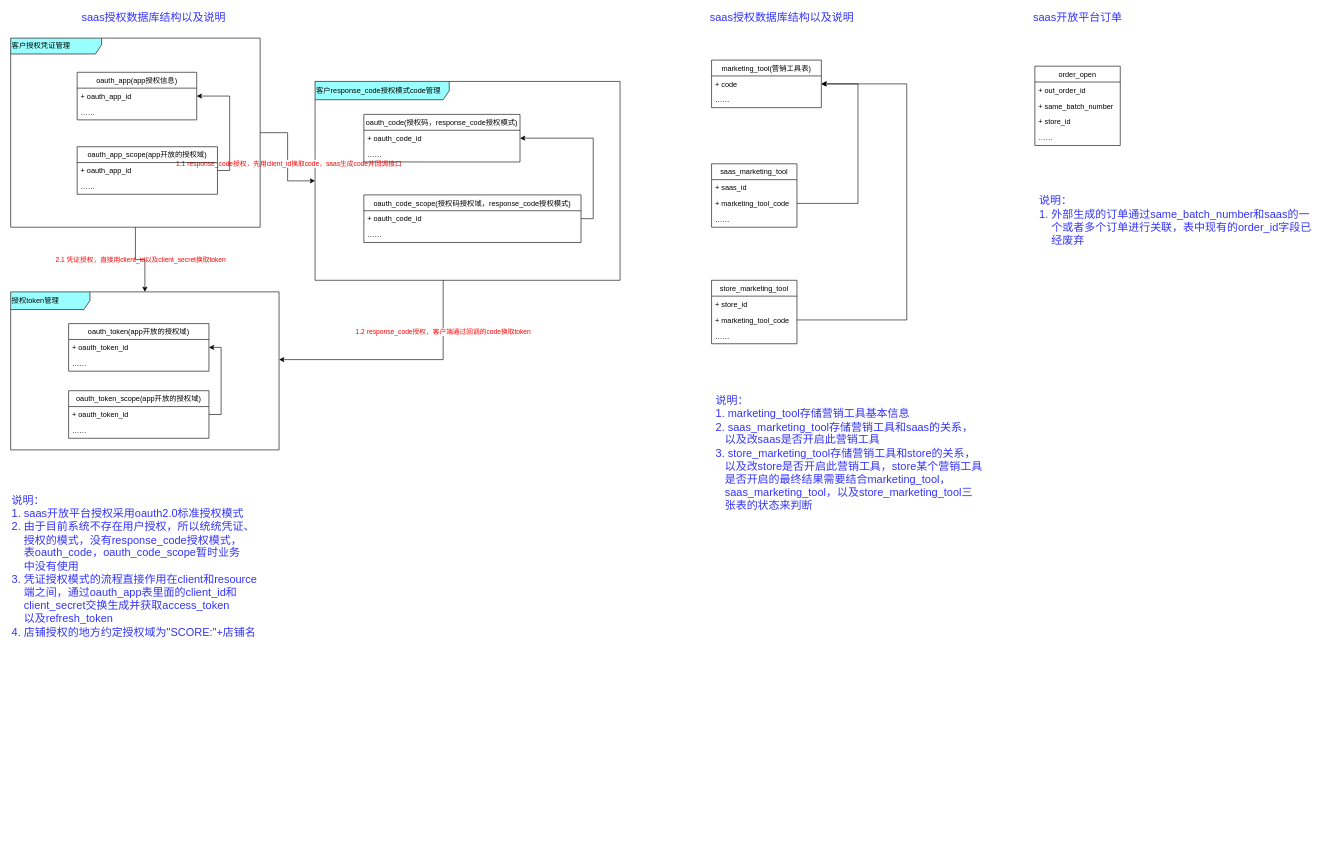
iswear/draw.io keeps this draw.io diagram as zaimi-saas~数据库.drawio. Above is the earlier version. Source tidied: cells renumbered, new cells numbered last; positions are measured from the earlier drawing's top-left corner, leaving out a move shared by most shapes. Both pictures are drawn from the tidied source at 61%, with x=0, y=0 at pixel (10, 11).
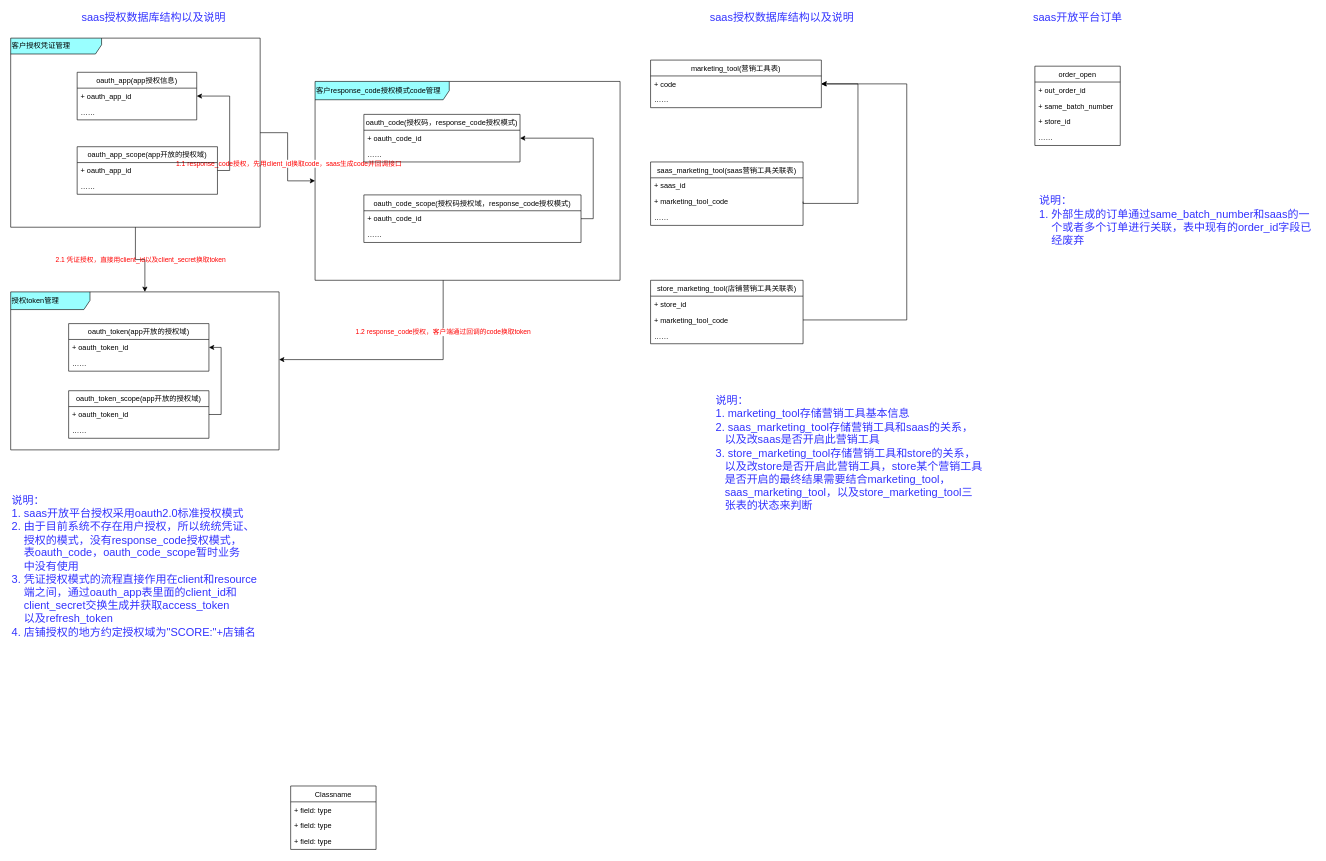
Above is the later version.

Commit message:
更新zaimi-saas~数据库.drawio

The edit, as a diff of the source:
```diff
@@
     <mxCell id="33" value="marketing_tool(营销工具表)" style="swimlane;fontStyle=0;horizontal=1;startSize=26;fillColor=none;" parent="1" vertex="1">
-      <mxGeometry x="1149" y="80" width="180" height="78" as="geometry" />
+      <mxGeometry x="1049" y="80" width="280" height="78" as="geometry" />
     </mxCell>
     <mxCell id="34" value="+ code" style="text;strokeColor=none;fillColor=none;align=left;verticalAlign=top;spacingLeft=4;spacingRight=4;overflow=hidden;points=[[0,0.5],[1,0.5]];portConstraint=eastwest;" parent="33" vertex="1">
-      <mxGeometry y="26" width="180" height="26" as="geometry" />
+      <mxGeometry y="26" width="280" height="26" as="geometry" />
     </mxCell>
     <mxCell id="35" value="……" style="text;strokeColor=none;fillColor=none;align=left;verticalAlign=top;spacingLeft=4;spacingRight=4;overflow=hidden;" parent="33" vertex="1">
-      <mxGeometry y="52" width="180" height="26" as="geometry" />
+      <mxGeometry y="52" width="280" height="26" as="geometry" />
     </mxCell>
-    <mxCell id="36" value="saas_marketing_tool" style="swimlane;fontStyle=0;horizontal=1;startSize=26;fillColor=none;" parent="1" vertex="1">
-      <mxGeometry x="1149" y="250" width="140" height="104" as="geometry" />
+    <mxCell id="36" value="saas_marketing_tool(saas营销工具关联表)" style="swimlane;fontStyle=0;horizontal=1;startSize=26;fillColor=none;" parent="1" vertex="1">
+      <mxGeometry x="1049" y="247" width="250" height="104" as="geometry" />
     </mxCell>
     <mxCell id="37" value="+ saas_id" style="text;strokeColor=none;fillColor=none;align=left;verticalAlign=top;spacingLeft=4;spacingRight=4;overflow=hidden;" parent="36" vertex="1">
-      <mxGeometry y="26" width="140" height="26" as="geometry" />
+      <mxGeometry y="26" width="250" height="26" as="geometry" />
     </mxCell>
     <mxCell id="38" value="+ marketing_tool_code" style="text;strokeColor=none;fillColor=none;align=left;verticalAlign=top;spacingLeft=4;spacingRight=4;overflow=hidden;points=[[0,0.5],[1,0.5]];portConstraint=eastwest;" parent="36" vertex="1">
-      <mxGeometry y="52" width="140" height="26" as="geometry" />
+      <mxGeometry y="52" width="250" height="26" as="geometry" />
     </mxCell>
     <mxCell id="39" value="……" style="text;strokeColor=none;fillColor=none;align=left;verticalAlign=top;spacingLeft=4;spacingRight=4;overflow=hidden;" parent="36" vertex="1">
-      <mxGeometry y="78" width="140" height="26" as="geometry" />
+      <mxGeometry y="78" width="250" height="26" as="geometry" />
     </mxCell>
-    <mxCell id="40" value="store_marketing_tool" style="swimlane;fontStyle=0;horizontal=1;startSize=26;fillColor=none;" parent="1" vertex="1">
-      <mxGeometry x="1149" y="441" width="140" height="104" as="geometry" />
+    <mxCell id="40" value="store_marketing_tool(店铺营销工具关联表)" style="swimlane;fontStyle=0;horizontal=1;startSize=26;fillColor=none;" parent="1" vertex="1">
+      <mxGeometry x="1049" y="441" width="250" height="104" as="geometry" />
     </mxCell>
     <mxCell id="41" value="+ store_id" style="text;strokeColor=none;fillColor=none;align=left;verticalAlign=top;spacingLeft=4;spacingRight=4;overflow=hidden;" parent="40" vertex="1">
-      <mxGeometry y="26" width="140" height="26" as="geometry" />
+      <mxGeometry y="26" width="250" height="26" as="geometry" />
     </mxCell>
     <mxCell id="42" value="+ marketing_tool_code" style="text;strokeColor=none;fillColor=none;align=left;verticalAlign=top;spacingLeft=4;spacingRight=4;overflow=hidden;points=[[0,0.5],[1,0.5]];portConstraint=eastwest;" parent="40" vertex="1">
-      <mxGeometry y="52" width="140" height="26" as="geometry" />
+      <mxGeometry y="52" width="250" height="26" as="geometry" />
     </mxCell>
     <mxCell id="43" value="……" style="text;strokeColor=none;fillColor=none;align=left;verticalAlign=top;spacingLeft=4;spacingRight=4;overflow=hidden;" parent="40" vertex="1">
-      <mxGeometry y="78" width="140" height="26" as="geometry" />
+      <mxGeometry y="78" width="250" height="26" as="geometry" />
     </mxCell>
@@
+    <mxCell id="55" value="Classname" style="swimlane;fontStyle=0;horizontal=1;startSize=26;fillColor=none;" parent="1" vertex="1">
+      <mxGeometry x="459" y="1270" width="140" height="104" as="geometry" />
+    </mxCell>
+    <mxCell id="56" value="+ field: type" style="text;strokeColor=none;fillColor=none;align=left;verticalAlign=top;spacingLeft=4;spacingRight=4;overflow=hidden;" parent="55" vertex="1">
+      <mxGeometry y="26" width="140" height="26" as="geometry" />
+    </mxCell>
+    <mxCell id="57" value="+ field: type" style="text;strokeColor=none;fillColor=none;align=left;verticalAlign=top;spacingLeft=4;spacingRight=4;overflow=hidden;" parent="55" vertex="1">
+      <mxGeometry y="52" width="140" height="26" as="geometry" />
+    </mxCell>
+    <mxCell id="58" value="+ field: type" style="text;strokeColor=none;fillColor=none;align=left;verticalAlign=top;spacingLeft=4;spacingRight=4;overflow=hidden;" parent="55" vertex="1">
+      <mxGeometry y="78" width="140" height="26" as="geometry" />
+    </mxCell>
```
